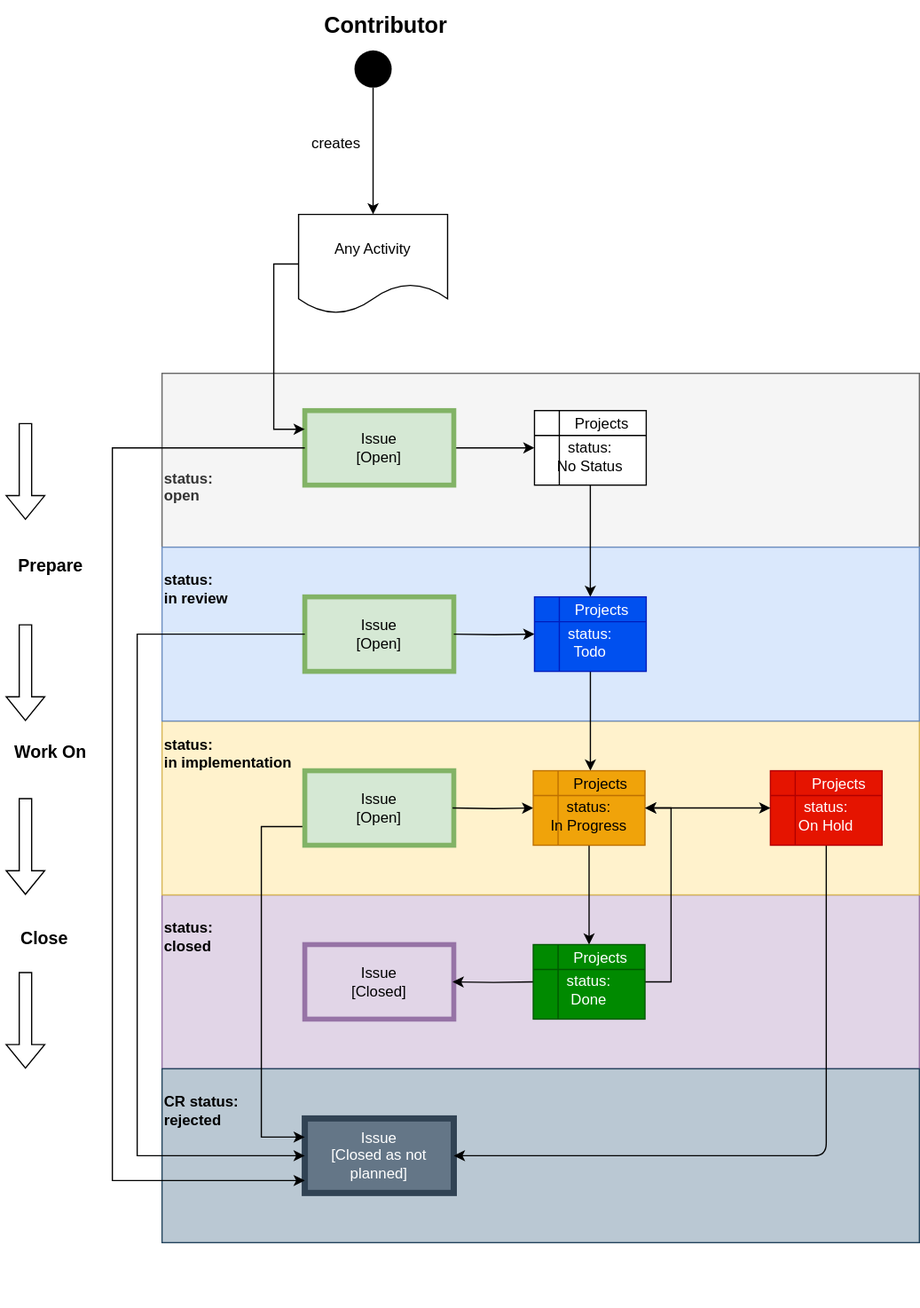
The draw.io diagram docs/platform_management_plan/_assets/score_project_management_issue_status_flow.drawio.svg in eclipse-score/score, before a commit. Source tidied: cells renumbered, new cells last; positions are measured from the earlier drawing's top-left corner, leaving out a move shared by most shapes. Source of this version:
```xml
<mxGraphModel>
  <root>
    <mxCell id="0" />
    <mxCell id="1" parent="0" />
    <mxCell id="2" value="&lt;br&gt;&lt;br&gt;&lt;br&gt;&lt;br&gt;&lt;br&gt;&lt;br&gt;&lt;br&gt;&lt;br&gt;&lt;br&gt;status:&lt;br&gt;closed&lt;br&gt;&lt;br&gt;&lt;br&gt;&lt;br&gt;&lt;br&gt;&lt;br&gt;&lt;br&gt;&lt;br&gt;&lt;br&gt;&lt;br&gt;&lt;br&gt;&lt;br&gt;&lt;br&gt;&lt;br&gt;&lt;br&gt;" style="rounded=0;whiteSpace=wrap;html=1;fillColor=#e1d5e7;strokeColor=#9673a6;align=left;fontStyle=1;" parent="1" vertex="1">
      <mxGeometry x="130" y="720" width="610" height="140" as="geometry" />
    </mxCell>
    <mxCell id="3" value="&lt;br&gt;&lt;br&gt;&lt;br&gt;&lt;br&gt;&lt;br&gt;&lt;br&gt;&lt;br&gt;&lt;br&gt;&lt;br&gt;status:&lt;br&gt;in implementation&lt;br&gt;&lt;br&gt;&lt;br&gt;&lt;br&gt;&lt;br&gt;&lt;br&gt;&lt;br&gt;&lt;br&gt;&lt;br&gt;&lt;br&gt;&lt;br&gt;&lt;br&gt;&lt;br&gt;&lt;br&gt;&lt;br&gt;&lt;br&gt;" style="rounded=0;whiteSpace=wrap;html=1;fillColor=#fff2cc;strokeColor=#d6b656;align=left;fontStyle=1;" parent="1" vertex="1">
      <mxGeometry x="130" y="580" width="610" height="140" as="geometry" />
    </mxCell>
    <mxCell id="4" value="&lt;br&gt;&lt;br&gt;&lt;br&gt;&lt;br&gt;&lt;br&gt;&lt;br&gt;&lt;br&gt;&lt;br&gt;&lt;br&gt;&lt;br&gt;&lt;br&gt;&lt;br&gt;&lt;br&gt;&lt;br&gt;&lt;br&gt;&lt;br&gt;&lt;br&gt;&lt;br&gt;&lt;br&gt;&lt;br&gt;status:&lt;br&gt;open&lt;br&gt;&lt;br&gt;&lt;br&gt;&lt;br&gt;&lt;br&gt;&lt;br&gt;&lt;br&gt;&lt;br&gt;&lt;br&gt;&lt;br&gt;&lt;br&gt;&lt;br&gt;&lt;br&gt;&lt;br&gt;&lt;br&gt;&lt;br&gt;&lt;br&gt;&lt;br&gt;" style="rounded=0;whiteSpace=wrap;html=1;fillColor=#f5f5f5;fontColor=#333333;strokeColor=#666666;align=left;fontStyle=1;" parent="1" vertex="1">
      <mxGeometry x="130" y="300" width="610" height="140" as="geometry" />
    </mxCell>
    <mxCell id="5" value="&lt;br&gt;&lt;br&gt;&lt;br&gt;&lt;br&gt;&lt;br&gt;status:&lt;br&gt;in review&lt;br&gt;&lt;br&gt;&lt;br&gt;&lt;br&gt;&lt;br&gt;&lt;br&gt;&lt;br&gt;&lt;br&gt;&lt;br&gt;&lt;br&gt;&lt;div style=&quot;&quot;&gt;&lt;br&gt;&lt;/div&gt;" style="rounded=0;whiteSpace=wrap;html=1;fillColor=#dae8fc;strokeColor=#6c8ebf;align=left;fontStyle=1;" parent="1" vertex="1">
      <mxGeometry x="130" y="440" width="610" height="140" as="geometry" />
    </mxCell>
    <mxCell id="6" style="edgeStyle=orthogonalEdgeStyle;rounded=0;jettySize=auto;html=1;" parent="1" edge="1" source="7" target="19">
      <mxGeometry relative="1" as="geometry" />
    </mxCell>
    <mxCell id="7" value="Issue&lt;br&gt;[Open]" style="rounded=0;whiteSpace=wrap;html=1;fillColor=#d5e8d4;strokeColor=#82b366;strokeWidth=4;" parent="1" vertex="1">
      <mxGeometry x="245" y="330" width="120" height="60" as="geometry" />
    </mxCell>
    <mxCell id="8" style="edgeStyle=orthogonalEdgeStyle;rounded=0;jettySize=auto;html=1;exitX=0.5;exitY=1;exitDx=0;exitDy=0;entryX=0.5;entryY=0;entryDx=0;entryDy=0;" parent="1" edge="1" source="10" target="13">
      <mxGeometry relative="1" as="geometry" />
    </mxCell>
    <mxCell id="9" value="creates" style="text;html=1;align=center;verticalAlign=middle;strokeColor=none;fillColor=none;" parent="1" vertex="1">
      <mxGeometry x="240" y="100" width="60" height="30" as="geometry" />
    </mxCell>
    <mxCell id="10" style="ellipse;fillColor=#000000;strokeColor=none;" parent="1" vertex="1">
      <mxGeometry x="285" y="40" width="30" height="30" as="geometry" />
    </mxCell>
    <mxCell id="11" value="&lt;b&gt;&lt;font style=&quot;font-size: 18px;&quot;&gt;Contributor&lt;/font&gt;&lt;/b&gt;" style="text;html=1;align=center;verticalAlign=middle;strokeColor=none;fillColor=none;" parent="1" vertex="1">
      <mxGeometry x="250" width="120" height="40" as="geometry" />
    </mxCell>
    <mxCell id="12" style="edgeStyle=orthogonalEdgeStyle;rounded=0;jettySize=auto;html=1;entryX=0;entryY=0.25;entryDx=0;entryDy=0;exitX=0;exitY=0.5;exitDx=0;exitDy=0;" parent="1" edge="1" source="13" target="7">
      <mxGeometry relative="1" as="geometry" />
    </mxCell>
    <mxCell id="13" value="Any Activity" style="shape=document;whiteSpace=wrap;html=1;boundedLbl=1;" parent="1" vertex="1">
      <mxGeometry x="240" y="172" width="120" height="80" as="geometry" />
    </mxCell>
    <mxCell id="14" value="&lt;span&gt;&lt;font style=&quot;color: rgb(0, 0, 0);&quot;&gt;Issue&lt;/font&gt;&lt;/span&gt;&lt;br&gt;[Closed]" style="rounded=0;whiteSpace=wrap;html=1;fillColor=#e1d5e7;strokeColor=#9673a6;perimeterSpacing=1;strokeWidth=4;" parent="1" vertex="1">
      <mxGeometry x="245" y="760" width="120" height="60" as="geometry" />
    </mxCell>
    <mxCell id="15" value="&lt;font&gt;&lt;span&gt;&lt;font style=&quot;color: rgb(0, 0, 0);&quot;&gt;Issue&lt;/font&gt;&lt;/span&gt;&lt;br&gt;&lt;font style=&quot;color: rgb(0, 0, 0);&quot;&gt;[Open]&lt;/font&gt;&lt;/font&gt;" style="rounded=0;whiteSpace=wrap;html=1;fillColor=#d5e8d4;strokeColor=#82b366;strokeWidth=4;" parent="1" vertex="1">
      <mxGeometry x="245" y="480" width="120" height="60" as="geometry" />
    </mxCell>
    <mxCell id="16" value="&lt;br&gt;&lt;br&gt;&lt;br&gt;&lt;br&gt;&lt;br&gt;CR status:&lt;br&gt;rejected&lt;br&gt;&lt;br&gt;&lt;br&gt;&lt;br&gt;&lt;br&gt;&lt;br&gt;&lt;br&gt;&lt;br&gt;&lt;br&gt;&lt;br&gt;&lt;div style=&quot;&quot;&gt;&lt;br&gt;&lt;/div&gt;" style="rounded=0;whiteSpace=wrap;html=1;fillColor=#bac8d3;strokeColor=#23445d;align=left;fontStyle=1;" parent="1" vertex="1">
      <mxGeometry x="130" y="860" width="610" height="140" as="geometry" />
    </mxCell>
    <mxCell id="17" value="&lt;span style=&quot;color: rgb(255, 255, 255);&quot;&gt;Issue&lt;/span&gt;&lt;br&gt;[Closed as not planned]" style="rounded=0;whiteSpace=wrap;html=1;fillColor=#647687;strokeColor=#314354;strokeWidth=5;fontColor=#ffffff;" parent="1" vertex="1">
      <mxGeometry x="245" y="900" width="120" height="60" as="geometry" />
    </mxCell>
    <mxCell id="18" style="edgeStyle=orthogonalEdgeStyle;rounded=0;jettySize=auto;html=1;entryX=0.371;entryY=0.133;entryDx=0;entryDy=0;entryPerimeter=0;" parent="1" edge="1" source="19" target="24">
      <mxGeometry relative="1" as="geometry" />
    </mxCell>
    <mxCell id="19" value="&lt;br&gt;status:&lt;br&gt;&amp;nbsp; &amp;nbsp; &amp;nbsp;No Status" style="shape=internalStorage;whiteSpace=wrap;html=1;backgroundOutline=1;" parent="1" vertex="1">
      <mxGeometry x="430" y="330" width="90" height="60" as="geometry" />
    </mxCell>
    <mxCell id="20" value="Projects" style="text;html=1;align=center;verticalAlign=middle;strokeColor=none;fillColor=none;" parent="1" vertex="1">
      <mxGeometry x="449" y="326" width="70" height="30" as="geometry" />
    </mxCell>
    <mxCell id="21" style="edgeStyle=orthogonalEdgeStyle;rounded=0;jettySize=auto;html=1;" parent="1" edge="1" target="23">
      <mxGeometry relative="1" as="geometry">
        <mxPoint x="365" y="510" as="sourcePoint" />
      </mxGeometry>
    </mxCell>
    <mxCell id="22" style="edgeStyle=orthogonalEdgeStyle;rounded=0;jettySize=auto;html=1;entryX=0.386;entryY=0.133;entryDx=0;entryDy=0;entryPerimeter=0;" parent="1" edge="1" source="23" target="30">
      <mxGeometry relative="1" as="geometry" />
    </mxCell>
    <mxCell id="23" value="&lt;br&gt;status:&lt;br&gt;Todo" style="shape=internalStorage;whiteSpace=wrap;html=1;backgroundOutline=1;fillColor=#0050ef;strokeColor=#001DBC;fontColor=#ffffff;" parent="1" vertex="1">
      <mxGeometry x="430" y="480" width="90" height="60" as="geometry" />
    </mxCell>
    <mxCell id="24" value="Projects" style="text;html=1;align=center;verticalAlign=middle;points=[];strokeColor=none;fillColor=none;fontColor=#FFFFFF;" parent="1" vertex="1">
      <mxGeometry x="449" y="476" width="70" height="30" as="geometry" />
    </mxCell>
    <mxCell id="25" style="edgeStyle=orthogonalEdgeStyle;rounded=0;jettySize=auto;html=1;entryX=0;entryY=0.25;entryDx=0;entryDy=0;exitX=0;exitY=0.75;exitDx=0;exitDy=0;" parent="1" edge="1" source="26" target="17">
      <mxGeometry relative="1" as="geometry">
        <Array as="points">
          <mxPoint x="210" y="665" />
          <mxPoint x="210" y="915" />
        </Array>
      </mxGeometry>
    </mxCell>
    <mxCell id="26" value="&lt;font&gt;&lt;font&gt;&lt;span&gt;&lt;font style=&quot;color: rgb(0, 0, 0);&quot;&gt;Issue&lt;/font&gt;&lt;/span&gt;&lt;br&gt;&lt;font style=&quot;color: rgb(0, 0, 0);&quot;&gt;[Open]&lt;/font&gt;&lt;/font&gt;&lt;/font&gt;" style="rounded=0;whiteSpace=wrap;html=1;fillColor=#d5e8d4;strokeColor=#82b366;strokeWidth=4;" parent="1" vertex="1">
      <mxGeometry x="245" y="620" width="120" height="60" as="geometry" />
    </mxCell>
    <mxCell id="27" style="edgeStyle=orthogonalEdgeStyle;rounded=0;jettySize=auto;html=1;" parent="1" edge="1" target="29">
      <mxGeometry relative="1" as="geometry">
        <mxPoint x="364" y="650" as="sourcePoint" />
      </mxGeometry>
    </mxCell>
    <mxCell id="28" style="edgeStyle=orthogonalEdgeStyle;rounded=0;jettySize=auto;html=1;entryX=0.371;entryY=0.133;entryDx=0;entryDy=0;entryPerimeter=0;" parent="1" edge="1" source="29" target="35">
      <mxGeometry relative="1" as="geometry" />
    </mxCell>
    <mxCell id="29" value="&lt;br&gt;status:&lt;br&gt;&amp;nbsp; &amp;nbsp; &amp;nbsp;In Progress" style="shape=internalStorage;whiteSpace=wrap;html=1;backgroundOutline=1;fillColor=#f0a30a;strokeColor=#BD7000;fontColor=#000000;" parent="1" vertex="1">
      <mxGeometry x="429" y="620" width="90" height="60" as="geometry" />
    </mxCell>
    <mxCell id="30" value="Projects" style="text;html=1;align=center;verticalAlign=middle;points=[];strokeColor=none;fillColor=none;" parent="1" vertex="1">
      <mxGeometry x="448" y="616" width="70" height="30" as="geometry" />
    </mxCell>
    <mxCell id="31" style="edgeStyle=orthogonalEdgeStyle;rounded=0;jettySize=auto;html=1;entryX=0;entryY=0.5;entryDx=0;entryDy=0;" parent="1" edge="1" source="15" target="17">
      <mxGeometry relative="1" as="geometry">
        <Array as="points">
          <mxPoint x="110" y="510" />
          <mxPoint x="110" y="930" />
        </Array>
      </mxGeometry>
    </mxCell>
    <mxCell id="32" style="edgeStyle=orthogonalEdgeStyle;rounded=0;jettySize=auto;html=1;endArrow=none;endFill=0;startArrow=classic;startFill=1;" parent="1" edge="1" target="34">
      <mxGeometry relative="1" as="geometry">
        <mxPoint x="364" y="790" as="sourcePoint" />
      </mxGeometry>
    </mxCell>
    <mxCell id="33" style="edgeStyle=orthogonalEdgeStyle;rounded=0;jettySize=auto;html=1;entryX=1;entryY=0.5;entryDx=0;entryDy=0;startArrow=none;startFill=0;endArrow=classic;endFill=1;" parent="1" edge="1" source="34" target="29">
      <mxGeometry relative="1" as="geometry">
        <Array as="points">
          <mxPoint x="540" y="790" />
          <mxPoint x="540" y="650" />
        </Array>
      </mxGeometry>
    </mxCell>
    <mxCell id="34" value="&lt;br&gt;status:&lt;br&gt;&amp;nbsp; &amp;nbsp; &amp;nbsp;Done" style="shape=internalStorage;whiteSpace=wrap;html=1;backgroundOutline=1;fillColor=#008a00;strokeColor=#005700;fontColor=#ffffff;" parent="1" vertex="1">
      <mxGeometry x="429" y="760" width="90" height="60" as="geometry" />
    </mxCell>
    <mxCell id="35" value="Projects" style="text;html=1;align=center;verticalAlign=middle;points=[];strokeColor=none;fillColor=none;fontColor=#FFFFFF;" parent="1" vertex="1">
      <mxGeometry x="448" y="756" width="70" height="30" as="geometry" />
    </mxCell>
    <mxCell id="36" style="shape=flexArrow;endArrow=classic;html=1;rounded=0;" parent="1" edge="1">
      <mxGeometry relative="1" as="geometry">
        <mxPoint x="20" y="340" as="sourcePoint" />
        <mxPoint x="20" y="418" as="targetPoint" />
      </mxGeometry>
    </mxCell>
    <mxCell id="37" value="&lt;b&gt;&lt;font style=&quot;font-size: 14px;&quot;&gt;Prepare&lt;/font&gt;&lt;/b&gt;" style="text;html=1;align=center;verticalAlign=middle;strokeColor=none;fillColor=none;" parent="1" vertex="1">
      <mxGeometry y="440" width="80" height="30" as="geometry" />
    </mxCell>
    <mxCell id="38" style="shape=flexArrow;endArrow=classic;html=1;rounded=0;" parent="1" edge="1">
      <mxGeometry relative="1" as="geometry">
        <mxPoint x="20" y="502" as="sourcePoint" />
        <mxPoint x="20" y="580" as="targetPoint" />
      </mxGeometry>
    </mxCell>
    <mxCell id="39" value="&lt;b&gt;&lt;font style=&quot;font-size: 14px;&quot;&gt;Work On&lt;/font&gt;&lt;/b&gt;" style="text;html=1;align=center;verticalAlign=middle;strokeColor=none;fillColor=none;" parent="1" vertex="1">
      <mxGeometry y="590" width="80" height="30" as="geometry" />
    </mxCell>
    <mxCell id="40" style="shape=flexArrow;endArrow=classic;html=1;rounded=0;" parent="1" edge="1">
      <mxGeometry relative="1" as="geometry">
        <mxPoint x="20" y="642" as="sourcePoint" />
        <mxPoint x="20" y="720" as="targetPoint" />
      </mxGeometry>
    </mxCell>
    <mxCell id="41" value="&lt;b&gt;&lt;font style=&quot;font-size: 14px;&quot;&gt;Close&lt;br&gt;&lt;/font&gt;&lt;/b&gt;" style="text;html=1;align=center;verticalAlign=middle;strokeColor=none;fillColor=none;" parent="1" vertex="1">
      <mxGeometry x="5" y="740" width="60" height="30" as="geometry" />
    </mxCell>
    <mxCell id="42" style="shape=flexArrow;endArrow=classic;html=1;rounded=0;" parent="1" edge="1">
      <mxGeometry relative="1" as="geometry">
        <mxPoint x="20" y="782" as="sourcePoint" />
        <mxPoint x="20" y="860" as="targetPoint" />
      </mxGeometry>
    </mxCell>
    <mxCell id="43" style="edgeStyle=orthogonalEdgeStyle;rounded=0;jettySize=auto;html=1;" parent="1" edge="1" source="7">
      <mxGeometry relative="1" as="geometry">
        <mxPoint x="245" y="950" as="targetPoint" />
        <Array as="points">
          <mxPoint x="90" y="360" />
          <mxPoint x="90" y="950" />
          <mxPoint x="245" y="950" />
        </Array>
      </mxGeometry>
    </mxCell>
    <mxCell id="44" value="Projects" style="text;html=1;align=center;verticalAlign=middle;strokeColor=none;fillColor=none;" parent="1" vertex="1">
      <mxGeometry x="639" y="616" width="70" height="30" as="geometry" />
    </mxCell>
    <mxCell id="45" style="edgeStyle=orthogonalEdgeStyle;html=1;exitX=0.5;exitY=1;exitDx=0;exitDy=0;entryX=1;entryY=0.5;entryDx=0;entryDy=0;" parent="1" edge="1" source="46" target="17">
      <mxGeometry relative="1" as="geometry" />
    </mxCell>
    <mxCell id="46" value="&lt;br&gt;status:&lt;br&gt;&amp;nbsp; &amp;nbsp; &amp;nbsp;On Hold" style="shape=internalStorage;whiteSpace=wrap;html=1;backgroundOutline=1;fillColor=#e51400;strokeColor=#B20000;fontColor=#ffffff;" parent="1" vertex="1">
      <mxGeometry x="620" y="620" width="90" height="60" as="geometry" />
    </mxCell>
    <mxCell id="47" value="Projects" style="text;html=1;align=center;verticalAlign=middle;strokeColor=none;fillColor=none;fontColor=#FFFFFF;" parent="1" vertex="1">
      <mxGeometry x="640" y="616" width="70" height="30" as="geometry" />
    </mxCell>
    <mxCell id="48" style="edgeStyle=none;html=1;exitX=0;exitY=0.5;exitDx=0;exitDy=0;strokeColor=default;startArrow=classic;startFill=1;" parent="1" edge="1" source="46" target="29">
      <mxGeometry relative="1" as="geometry" />
    </mxCell>
  </root>
</mxGraphModel>
```
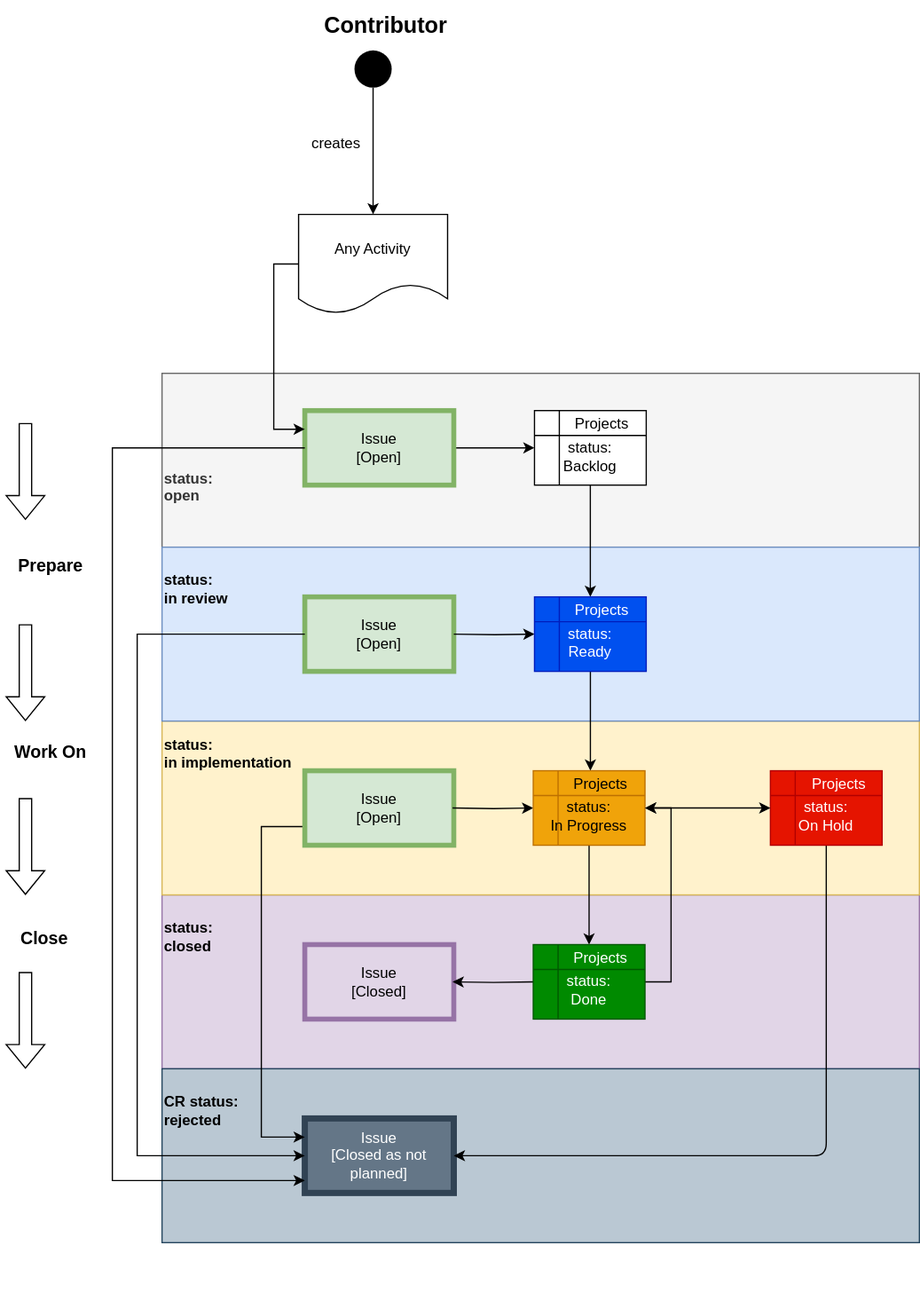
The same diagram one commit later.

Commit message:
Issue Status and Attributes adapted

What changed in the source:
```diff
@@ -53,7 +53,7 @@
     <mxCell id="18" style="edgeStyle=orthogonalEdgeStyle;rounded=0;jettySize=auto;html=1;entryX=0.371;entryY=0.133;entryDx=0;entryDy=0;entryPerimeter=0;" parent="1" edge="1" source="19" target="24">
       <mxGeometry relative="1" as="geometry" />
     </mxCell>
-    <mxCell id="19" value="&lt;br&gt;status:&lt;br&gt;&amp;nbsp; &amp;nbsp; &amp;nbsp;No Status" style="shape=internalStorage;whiteSpace=wrap;html=1;backgroundOutline=1;" parent="1" vertex="1">
+    <mxCell id="19" value="&lt;br&gt;status:&lt;br&gt;&amp;nbsp; Backlog" style="shape=internalStorage;whiteSpace=wrap;html=1;backgroundOutline=1;" parent="1" vertex="1">
       <mxGeometry x="430" y="330" width="90" height="60" as="geometry" />
     </mxCell>
     <mxCell id="20" value="Projects" style="text;html=1;align=center;verticalAlign=middle;strokeColor=none;fillColor=none;" parent="1" vertex="1">
@@ -67,7 +67,7 @@
     <mxCell id="22" style="edgeStyle=orthogonalEdgeStyle;rounded=0;jettySize=auto;html=1;entryX=0.386;entryY=0.133;entryDx=0;entryDy=0;entryPerimeter=0;" parent="1" edge="1" source="23" target="30">
       <mxGeometry relative="1" as="geometry" />
     </mxCell>
-    <mxCell id="23" value="&lt;br&gt;status:&lt;br&gt;Todo" style="shape=internalStorage;whiteSpace=wrap;html=1;backgroundOutline=1;fillColor=#0050ef;strokeColor=#001DBC;fontColor=#ffffff;" parent="1" vertex="1">
+    <mxCell id="23" value="&lt;br&gt;status:&lt;br&gt;Ready" style="shape=internalStorage;whiteSpace=wrap;html=1;backgroundOutline=1;fillColor=#0050ef;strokeColor=#001DBC;fontColor=#ffffff;" parent="1" vertex="1">
       <mxGeometry x="430" y="480" width="90" height="60" as="geometry" />
     </mxCell>
     <mxCell id="24" value="Projects" style="text;html=1;align=center;verticalAlign=middle;points=[];strokeColor=none;fillColor=none;fontColor=#FFFFFF;" parent="1" vertex="1">
```
